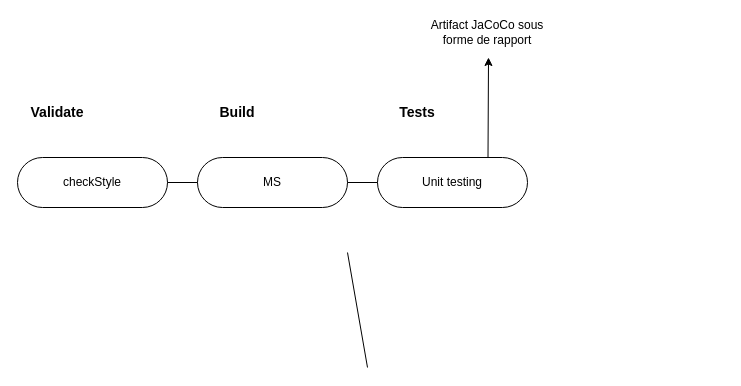
Before: Diagramme sans nom.drawio in cjour/audit_logistics, a draw.io diagram. Source tidied: cells renumbered, new cells numbered last; positions are measured from the earlier drawing's top-left corner, leaving out a move shared by most shapes. Both pictures are drawn from the tidied source at 100%, with x=0, y=0 at pixel (17, 17).
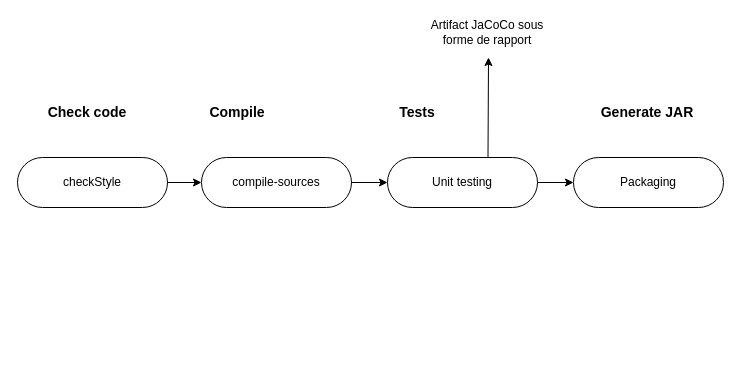
The same page after the edit.

Commit message:
Mettre à jour Diagramme sans nom.drawio

Change to the diagram source:
```diff
@@
 <mxGraphModel>
   <root>
     <mxCell id="0" />
     <mxCell id="1" parent="0" />
-    <mxCell id="2" value="MS" style="rounded=1;whiteSpace=wrap;html=1;arcSize=50;" parent="1" vertex="1">
-      <mxGeometry x="180" y="140" width="150" height="50" as="geometry" />
+    <mxCell id="2" value="compile-sources" style="rounded=1;whiteSpace=wrap;html=1;arcSize=50;" parent="1" vertex="1">
+      <mxGeometry x="184" y="140" width="150" height="50" as="geometry" />
     </mxCell>
     <mxCell id="3" value="Unit testing" style="rounded=1;whiteSpace=wrap;html=1;arcSize=50;" parent="1" vertex="1">
-      <mxGeometry x="360" y="140" width="150" height="50" as="geometry" />
+      <mxGeometry x="370" y="140" width="150" height="50" as="geometry" />
     </mxCell>
     <mxCell id="4" value="checkStyle" style="rounded=1;whiteSpace=wrap;html=1;arcSize=50;" parent="1" vertex="1">
       <mxGeometry y="140" width="150" height="50" as="geometry" />
     </mxCell>
-    <mxCell id="5" value="Validate" style="text;html=1;strokeColor=none;fillColor=none;align=center;verticalAlign=middle;whiteSpace=wrap;rounded=0;fontStyle=1;fontSize=14;" parent="1" vertex="1">
-      <mxGeometry x="10" y="80" width="60" height="30" as="geometry" />
+    <mxCell id="5" value="Check code" style="text;html=1;strokeColor=none;fillColor=none;align=center;verticalAlign=middle;whiteSpace=wrap;rounded=0;fontStyle=1;fontSize=14;" parent="1" vertex="1">
+      <mxGeometry x="20" y="80" width="100" height="30" as="geometry" />
     </mxCell>
-    <mxCell id="6" value="Build" style="text;html=1;strokeColor=none;fillColor=none;align=center;verticalAlign=middle;whiteSpace=wrap;rounded=0;fontStyle=1;fontSize=14;" parent="1" vertex="1">
+    <mxCell id="6" value="Compile" style="text;html=1;strokeColor=none;fillColor=none;align=center;verticalAlign=middle;whiteSpace=wrap;rounded=0;fontStyle=1;fontSize=14;" parent="1" vertex="1">
       <mxGeometry x="190" y="80" width="60" height="30" as="geometry" />
     </mxCell>
     <mxCell id="7" value="Tests" style="text;html=1;strokeColor=none;fillColor=none;align=center;verticalAlign=middle;whiteSpace=wrap;rounded=0;fontStyle=1;fontSize=14;" parent="1" vertex="1">
       <mxGeometry x="370" y="80" width="60" height="30" as="geometry" />
     </mxCell>
+    <mxCell id="11" style="endArrow=classic;html=1;rounded=0;exitX=0.75;exitY=0;exitDx=0;exitDy=0;" parent="1" edge="1">
+      <mxGeometry relative="1" as="geometry">
+        <mxPoint x="470.5" y="140" as="sourcePoint" />
+        <mxPoint x="471" y="40" as="targetPoint" />
+      </mxGeometry>
+    </mxCell>
+    <mxCell id="12" value="Artifact JaCoCo sous forme de rapport" style="text;html=1;strokeColor=none;fillColor=none;align=center;verticalAlign=middle;whiteSpace=wrap;rounded=0;" parent="1" vertex="1">
+      <mxGeometry x="400" width="140" height="30" as="geometry" />
+    </mxCell>
-    <mxCell id="8" style="endArrow=none;html=1;rounded=0;fontSize=14;exitX=1;exitY=0.5;exitDx=0;exitDy=0;entryX=0;entryY=0.5;entryDx=0;entryDy=0;" parent="1" edge="1" source="4" target="2">
+    <mxCell id="8" style="endArrow=classic;html=1;rounded=0;exitX=1;exitY=0.5;exitDx=0;exitDy=0;entryX=0;entryY=0.5;entryDx=0;entryDy=0;" parent="1" edge="1" source="4" target="2">
       <mxGeometry relative="1" as="geometry" />
     </mxCell>
-    <mxCell id="9" style="endArrow=none;html=1;rounded=0;fontSize=14;exitX=1;exitY=0.5;exitDx=0;exitDy=0;entryX=0;entryY=0.5;entryDx=0;entryDy=0;" parent="1" edge="1" source="2" target="3">
+    <mxCell id="9" style="endArrow=classic;html=1;rounded=0;entryX=0;entryY=0.5;entryDx=0;entryDy=0;exitX=1;exitY=0.5;exitDx=0;exitDy=0;" parent="1" edge="1" source="2" target="3">
       <mxGeometry relative="1" as="geometry" />
     </mxCell>
-    <mxCell id="10" style="endArrow=none;html=1;rounded=0;entryX=0;entryY=0.5;entryDx=0;entryDy=0;exitX=1;exitY=0.5;exitDx=0;exitDy=0;" parent="1" edge="1">
-      <mxGeometry relative="1" as="geometry">
-        <mxPoint x="330" y="235" as="sourcePoint" />
-        <mxPoint x="350" y="350" as="targetPoint" />
-      </mxGeometry>
-    </mxCell>
-    <mxCell id="11" style="endArrow=classic;html=1;rounded=0;exitX=0.75;exitY=0;exitDx=0;exitDy=0;" parent="1" edge="1">
-      <mxGeometry relative="1" as="geometry">
-        <mxPoint x="470.5" y="140" as="sourcePoint" />
-        <mxPoint x="471" y="40" as="targetPoint" />
-      </mxGeometry>
-    </mxCell>
-    <mxCell id="12" value="Artifact JaCoCo sous forme de rapport" style="text;html=1;strokeColor=none;fillColor=none;align=center;verticalAlign=middle;whiteSpace=wrap;rounded=0;" parent="1" vertex="1">
-      <mxGeometry x="400" width="140" height="30" as="geometry" />
-    </mxCell>
+    <mxCell id="13" value="Generate JAR" style="text;html=1;strokeColor=none;fillColor=none;align=center;verticalAlign=middle;whiteSpace=wrap;rounded=0;fontStyle=1;fontSize=14;" parent="1" vertex="1">
+      <mxGeometry x="580" y="80" width="100" height="30" as="geometry" />
+    </mxCell>
+    <mxCell id="14" value="Packaging" style="rounded=1;whiteSpace=wrap;html=1;arcSize=50;" parent="1" vertex="1">
+      <mxGeometry x="556" y="140" width="150" height="50" as="geometry" />
+    </mxCell>
+    <mxCell id="15" style="endArrow=classic;html=1;rounded=0;entryX=0;entryY=0.5;entryDx=0;entryDy=0;exitX=1;exitY=0.5;exitDx=0;exitDy=0;" parent="1" edge="1" target="14">
+      <mxGeometry relative="1" as="geometry">
+        <mxPoint x="520" y="165" as="sourcePoint" />
+      </mxGeometry>
+    </mxCell>
   </root>
 </mxGraphModel>
```
